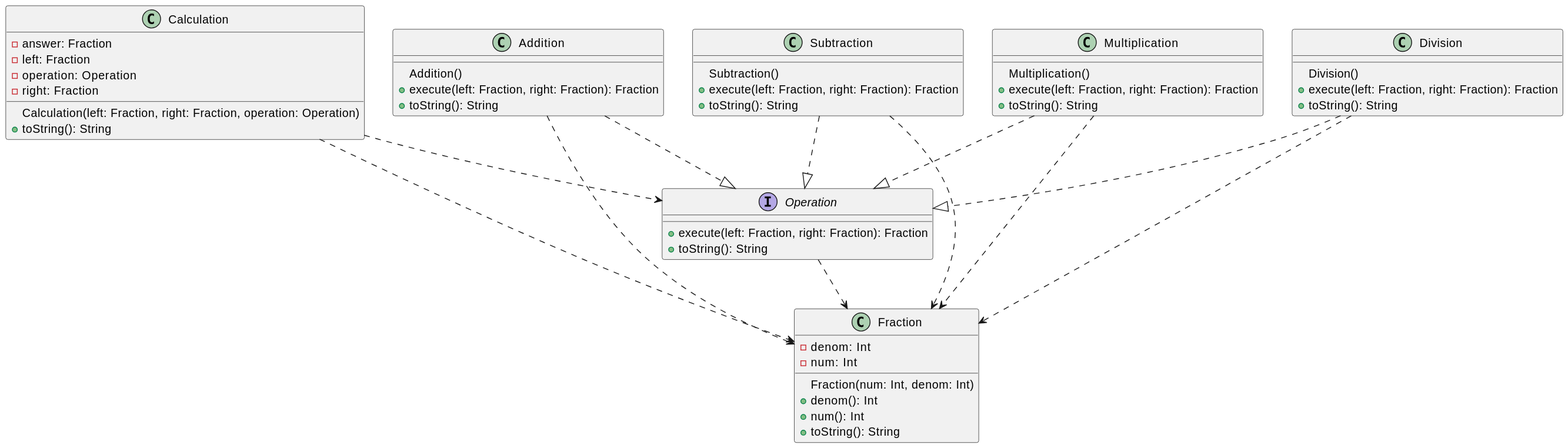
HowDoIGitHelp/CMSC23MDNotes keeps this PlantUML diagram as Markdown Lecture Notes and Lab Exercises/uml/umlOutputs/FractionCalculator.svg. Above is the earlier version.
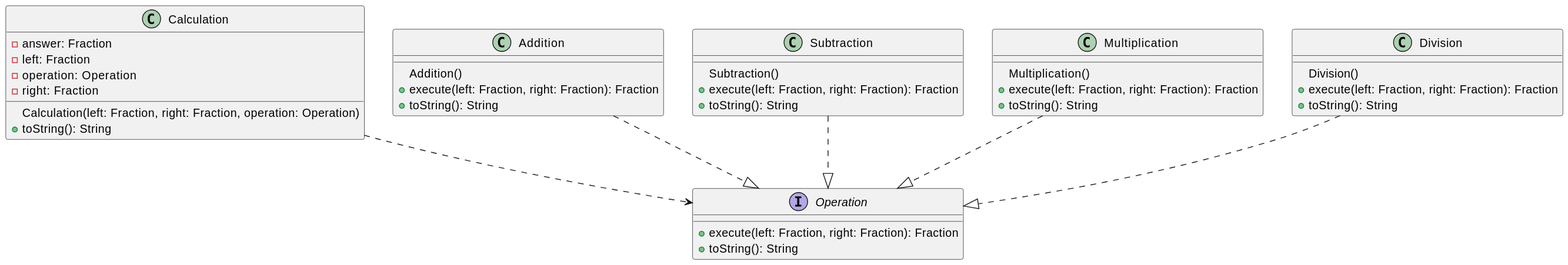
After the change.

Commit message:
add uml diagram for fraction calculator

The edit, as a diff of the source:
```diff
@@ -1,15 +1,4 @@
 @startuml
-class Fraction
-{
-    Fraction(num: Int, denom: Int)
-    - denom: Int
-    - num: Int
-    + denom(): Int
-    + num(): Int
-    + toString(): String
-}
-
-
 class Calculation
 {
     Calculation(left: Fraction, right: Fraction, operation: Operation)
@@ -60,11 +49,5 @@
 }
 
 
-Calculation ..> Fraction
 Calculation ..> Operation
-Addition ..> Fraction
-Subtraction ..> Fraction
-Multiplication ..> Fraction
-Division ..> Fraction
-Operation ..> Fraction
 @enduml
```
